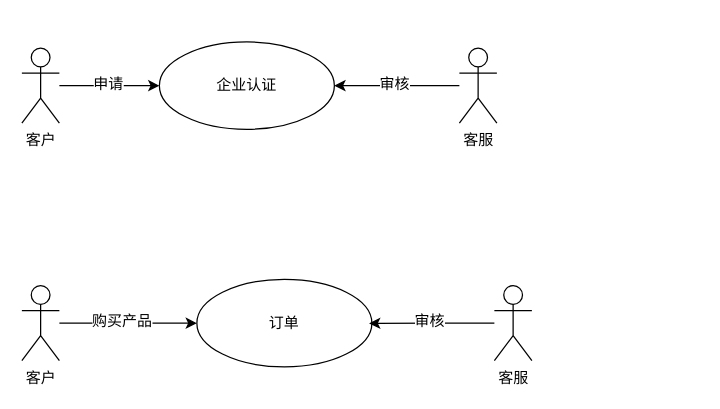
This is page "用例图" (7 of 7) of 注册.drawio from janzhou123/mydraw, a draw.io file, before an edit. Source tidied: cells renumbered, new cells numbered last; positions are measured from the earlier drawing's top-left corner, leaving out a move shared by most shapes. Both pictures are drawn from the tidied source at 125%, with x=0, y=0 at pixel (21, 41).
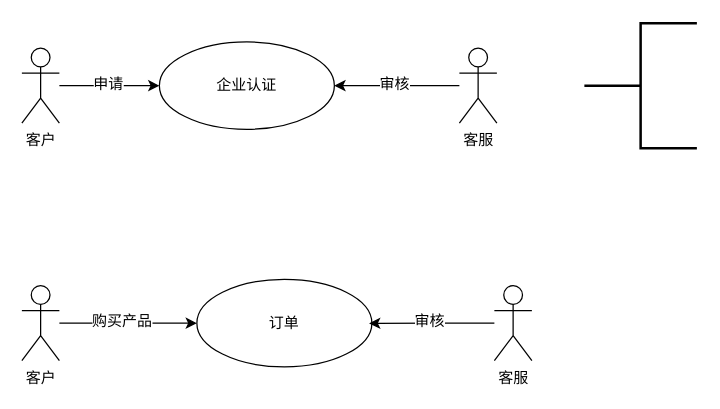
Above is the later version.

What changed in the source:
```diff
@@
 <mxGraphModel>
   <root>
     <mxCell id="0" />
     <mxCell id="1" parent="0" />
     <mxCell id="2" style="edgeStyle=orthogonalEdgeStyle;rounded=0;jettySize=auto;html=1;" parent="1" edge="1" source="4" target="5">
       <mxGeometry relative="1" as="geometry" />
     </mxCell>
     <mxCell id="3" value="申请" style="text;html=1;align=center;verticalAlign=middle;labelBackgroundColor=#ffffff;" parent="2" vertex="1">
       <mxGeometry x="-0.01" y="3" relative="1" as="geometry">
         <mxPoint x="-2" y="1" as="offset" />
       </mxGeometry>
     </mxCell>
     <mxCell id="4" value="客户" style="shape=umlActor;verticalLabelPosition=bottom;labelBackgroundColor=#ffffff;verticalAlign=top;html=1;" parent="1" vertex="1">
       <mxGeometry y="5" width="30" height="60" as="geometry" />
     </mxCell>
     <mxCell id="5" value="企业认证" style="ellipse;whiteSpace=wrap;html=1;" parent="1" vertex="1">
       <mxGeometry x="110" width="140" height="70" as="geometry" />
     </mxCell>
     <mxCell id="6" style="edgeStyle=orthogonalEdgeStyle;rounded=0;jettySize=auto;html=1;entryX=1;entryY=0.5;entryDx=0;entryDy=0;" parent="1" edge="1" source="8" target="5">
       <mxGeometry relative="1" as="geometry" />
     </mxCell>
     <mxCell id="7" value="审核" style="text;html=1;align=center;verticalAlign=middle;labelBackgroundColor=#ffffff;" parent="6" vertex="1">
       <mxGeometry x="0.06" y="-2" relative="1" as="geometry" />
     </mxCell>
     <mxCell id="8" value="客服" style="shape=umlActor;verticalLabelPosition=bottom;labelBackgroundColor=#ffffff;verticalAlign=top;html=1;" parent="1" vertex="1">
       <mxGeometry x="350" y="5" width="30" height="60" as="geometry" />
     </mxCell>
     <mxCell id="9" style="edgeStyle=orthogonalEdgeStyle;rounded=0;jettySize=auto;html=1;" parent="1" edge="1" source="11" target="12">
       <mxGeometry relative="1" as="geometry" />
     </mxCell>
     <mxCell id="10" value="购买产品" style="text;html=1;align=center;verticalAlign=middle;labelBackgroundColor=#ffffff;" parent="9" vertex="1">
       <mxGeometry x="-0.01" y="5" relative="1" as="geometry">
         <mxPoint x="-5" y="3" as="offset" />
       </mxGeometry>
     </mxCell>
     <mxCell id="11" value="客户" style="shape=umlActor;verticalLabelPosition=bottom;labelBackgroundColor=#ffffff;verticalAlign=top;html=1;" parent="1" vertex="1">
       <mxGeometry y="195" width="30" height="60" as="geometry" />
     </mxCell>
     <mxCell id="12" value="订单" style="ellipse;whiteSpace=wrap;html=1;" parent="1" vertex="1">
       <mxGeometry x="140" y="190" width="140" height="70" as="geometry" />
     </mxCell>
     <mxCell id="13" style="edgeStyle=orthogonalEdgeStyle;rounded=0;jettySize=auto;html=1;entryX=1;entryY=0.5;entryDx=0;entryDy=0;" parent="1" edge="1" source="15">
       <mxGeometry relative="1" as="geometry">
         <mxPoint x="277.8" y="225.2" as="targetPoint" />
       </mxGeometry>
     </mxCell>
     <mxCell id="14" value="审核" style="text;html=1;align=center;verticalAlign=middle;labelBackgroundColor=#ffffff;" parent="13" vertex="1">
       <mxGeometry x="0.06" y="-2" relative="1" as="geometry" />
     </mxCell>
     <mxCell id="15" value="客服" style="shape=umlActor;verticalLabelPosition=bottom;labelBackgroundColor=#ffffff;verticalAlign=top;html=1;" parent="1" vertex="1">
       <mxGeometry x="378" y="195" width="30" height="60" as="geometry" />
     </mxCell>
+    <mxCell id="16" style="strokeWidth=2;html=1;shape=mxgraph.flowchart.annotation_2;align=left;labelPosition=right;" parent="1" vertex="1">
+      <mxGeometry x="450" y="-15" width="90" height="100" as="geometry" />
+    </mxCell>
   </root>
 </mxGraphModel>
```
